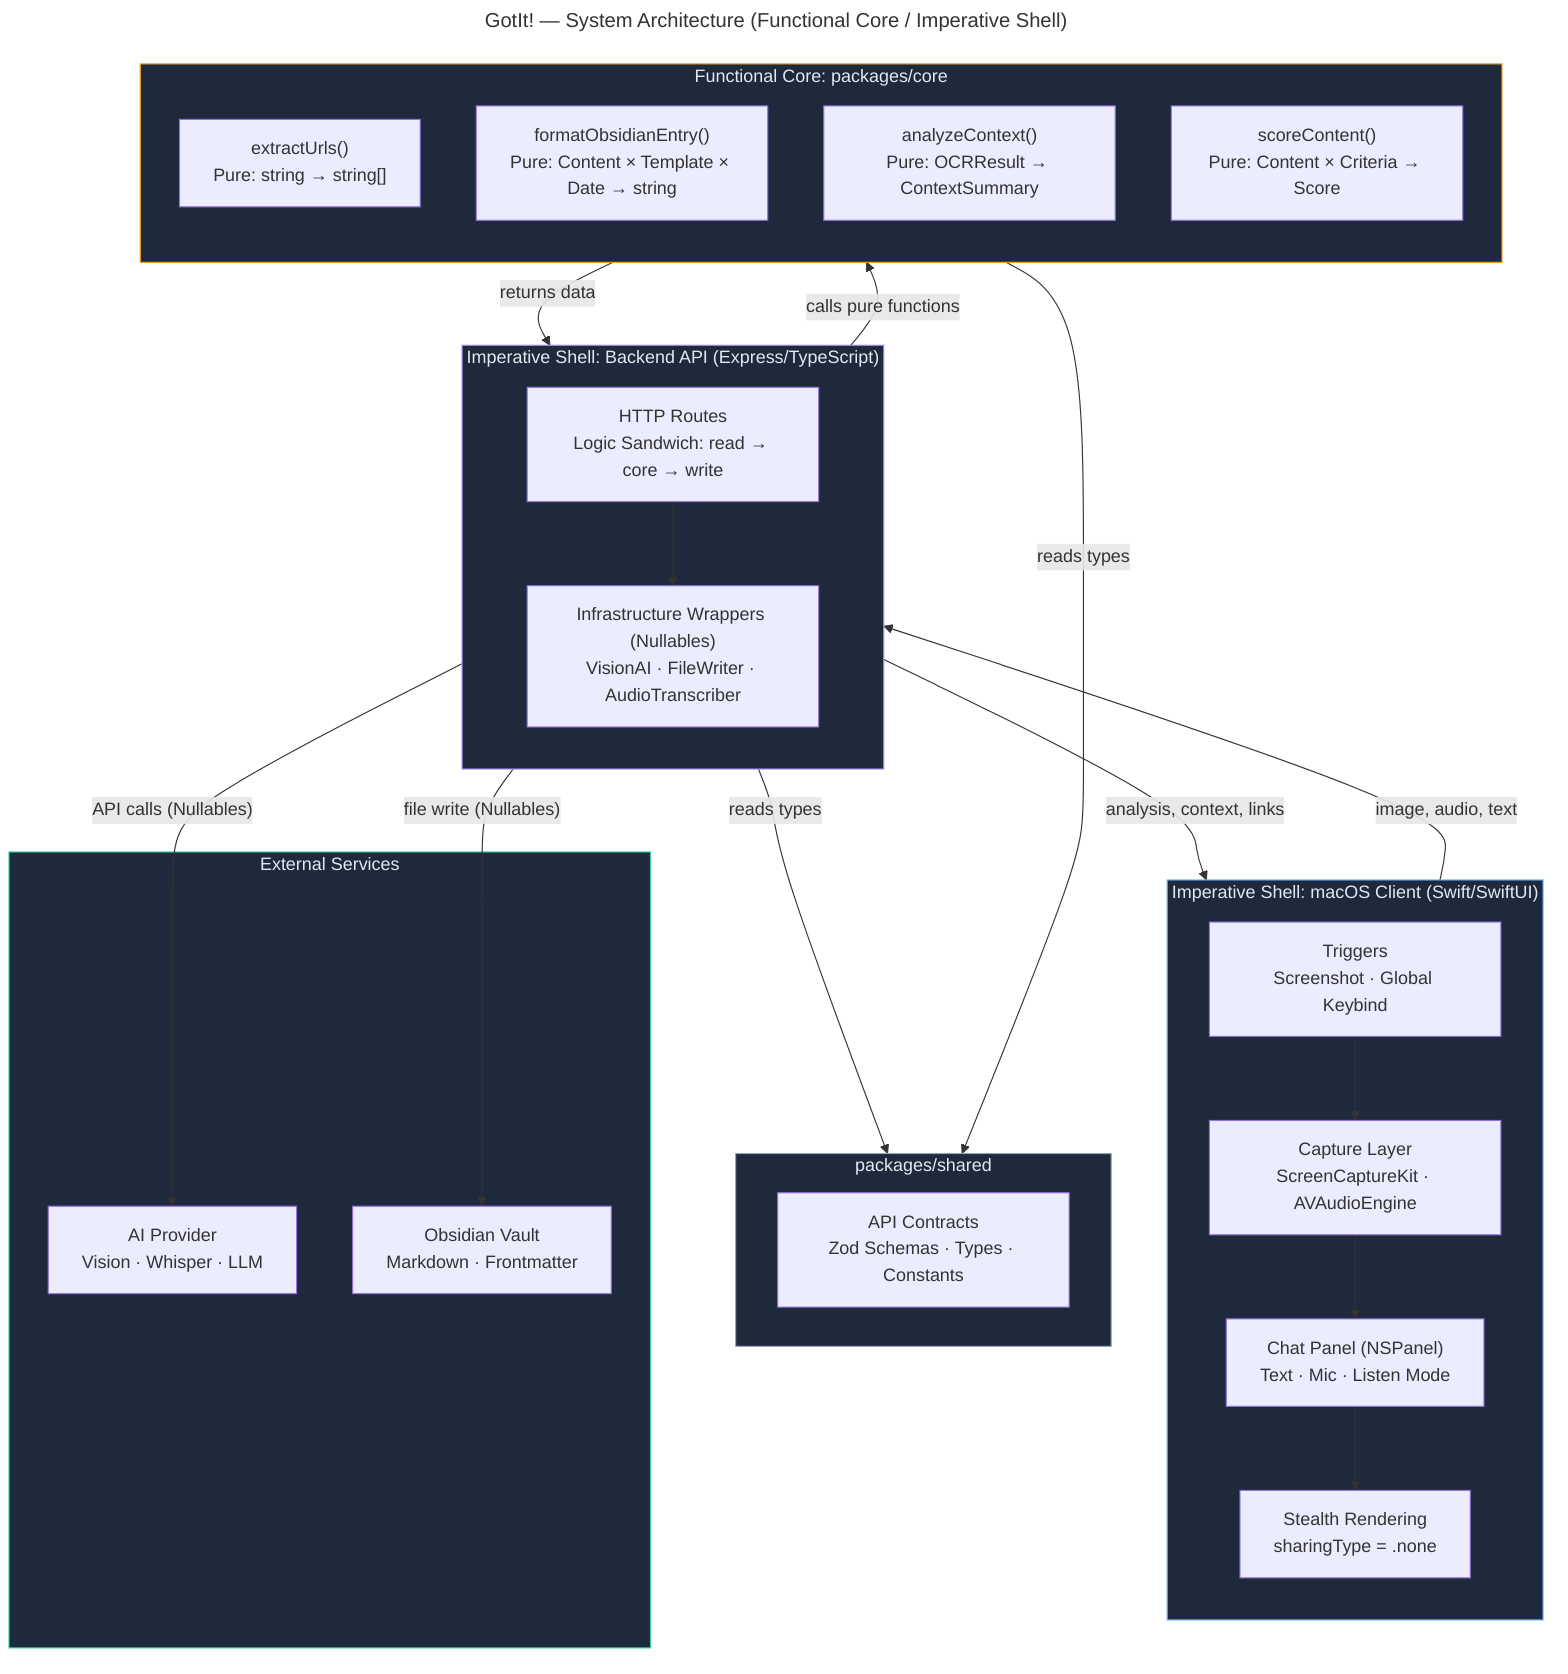
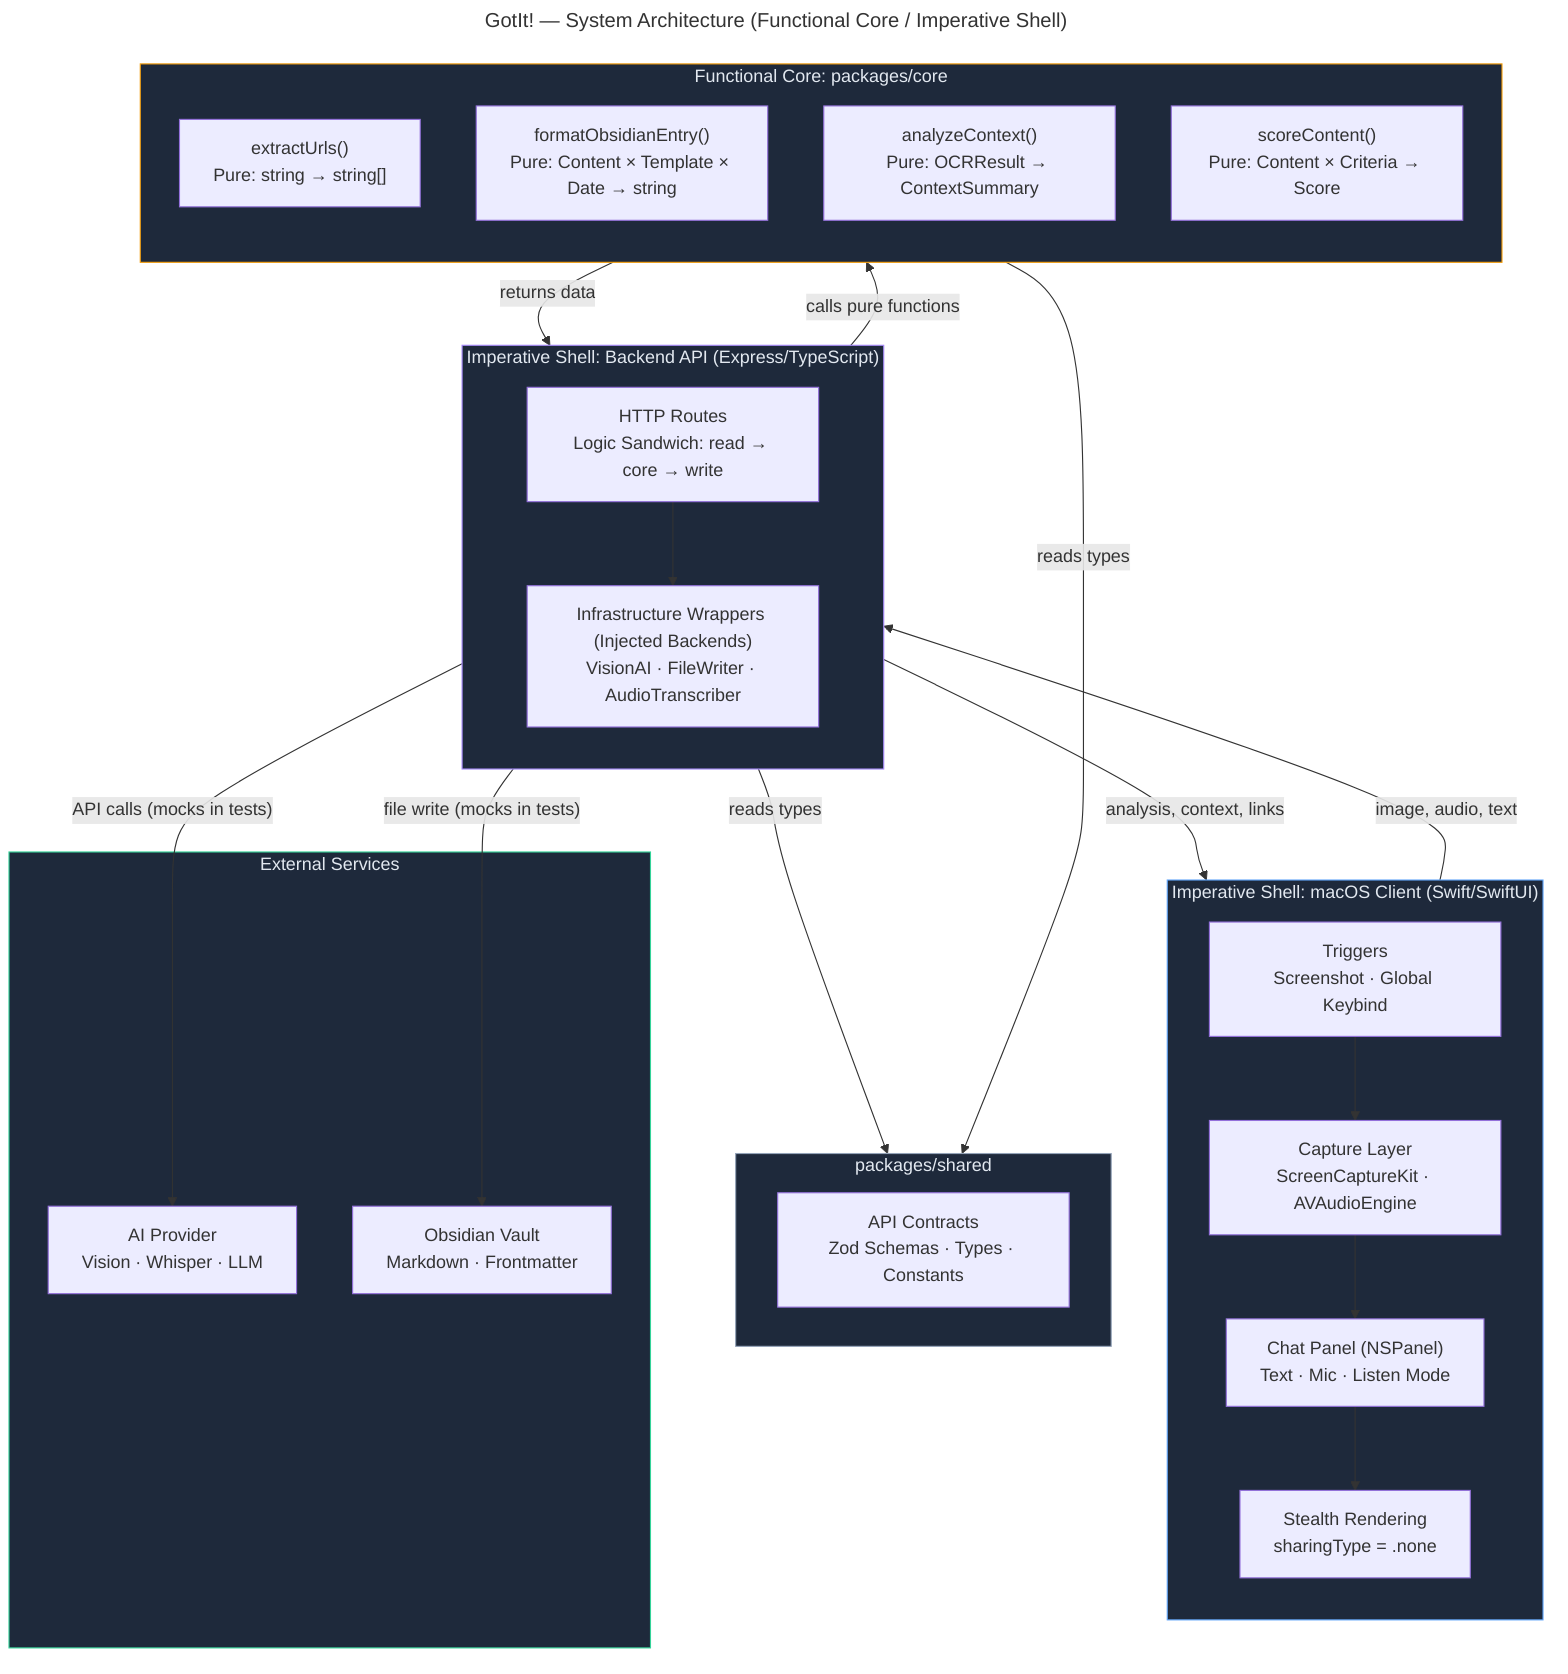
---
title: "GotIt! — System Architecture (Functional Core / Imperative Shell)"
---

graph TB
    subgraph Client["Imperative Shell: macOS Client (Swift/SwiftUI)"]
        direction TB
        Triggers["Triggers<br/>Screenshot · Global Keybind"]
        Capture["Capture Layer<br/>ScreenCaptureKit · AVAudioEngine"]
        ChatPanel["Chat Panel (NSPanel)<br/>Text · Mic · Listen Mode"]
        Stealth["Stealth Rendering<br/>sharingType = .none"]
        Triggers --> Capture
        Capture --> ChatPanel
        ChatPanel --> Stealth
    end

    subgraph Shell["Imperative Shell: Backend API (Express/TypeScript)"]
        direction TB
        Routes["HTTP Routes<br/>Logic Sandwich: read → core → write"]
-         Infra["Infrastructure Wrappers (Nullables)<br/>VisionAI · FileWriter · AudioTranscriber"]
+         Infra["Infrastructure Wrappers (Injected Backends)<br/>VisionAI · FileWriter · AudioTranscriber"]
        Routes --> Infra
    end

    subgraph Core["Functional Core: packages/core"]
        direction TB
        Extract["extractUrls()<br/>Pure: string → string[]"]
        Format["formatObsidianEntry()<br/>Pure: Content × Template × Date → string"]
        Analyze["analyzeContext()<br/>Pure: OCRResult → ContextSummary"]
        Score["scoreContent()<br/>Pure: Content × Criteria → Score"]
    end

    subgraph Shared["packages/shared"]
        Types["API Contracts<br/>Zod Schemas · Types · Constants"]
    end

    subgraph External["External Services"]
        AI["AI Provider<br/>Vision · Whisper · LLM"]
        Obsidian["Obsidian Vault<br/>Markdown · Frontmatter"]
    end

    Client -- "image, audio, text" --> Shell
    Shell -- "analysis, context, links" --> Client
    Shell -- "calls pure functions" --> Core
    Core -- "returns data" --> Shell
    Shell -- "reads types" --> Shared
    Core -- "reads types" --> Shared
-     Shell -- "API calls (Nullables)" --> AI
-     Shell -- "file write (Nullables)" --> Obsidian
+     Shell -- "API calls (mocks in tests)" --> AI
+     Shell -- "file write (mocks in tests)" --> Obsidian

    style Client fill:#1e293b,stroke:#60a5fa,color:#e2e8f0
    style Shell fill:#1e293b,stroke:#a78bfa,color:#e2e8f0
    style Core fill:#1e293b,stroke:#f59e0b,color:#e2e8f0
    style Shared fill:#1e293b,stroke:#94a3b8,color:#e2e8f0
    style External fill:#1e293b,stroke:#34d399,color:#e2e8f0
